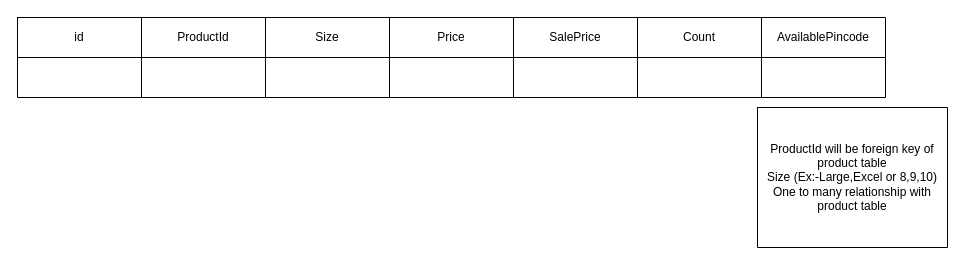
The draw.io diagram schema-design/product-size.drawio in pritammimo/node-with-drizzle, before the edit. Source tidied: cells renumbered, new cells numbered last; positions are measured from the earlier drawing's top-left corner, leaving out a move shared by most shapes. Both pictures are drawn from the tidied source at 100%, with x=0, y=0 at pixel (17, 17).
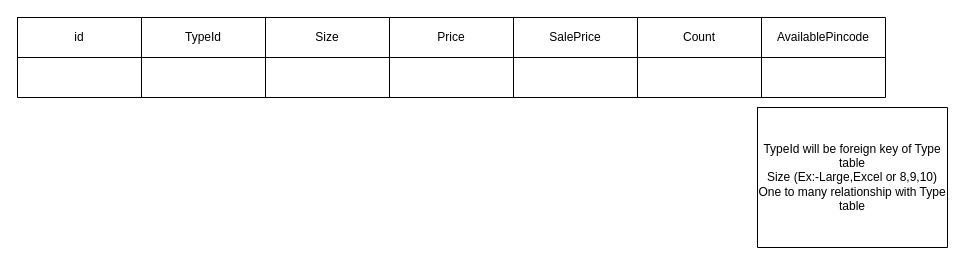
The same diagram, later.

The change refers to these unchanged cells:
```xml
<mxCell id="3" style="shape=tableRow;horizontal=0;startSize=0;swimlaneHead=0;swimlaneBody=0;top=0;left=0;bottom=0;right=0;fillColor=none;" parent="2" vertex="1">
  <mxGeometry width="868" height="40" as="geometry" />
</mxCell>
<mxCell id="20" style="shape=tableRow;horizontal=0;startSize=0;swimlaneHead=0;swimlaneBody=0;top=0;left=0;bottom=0;right=0;fillColor=none;" parent="19" vertex="1">
  <mxGeometry width="190" height="140" as="geometry" />
</mxCell>
```

Change to the diagram source:
```diff
@@
-    <mxCell id="5" value="ProductId" style="shape=partialRectangle;html=1;whiteSpace=wrap;overflow=hidden;fillColor=none;top=0;left=0;bottom=0;right=0;" parent="3" vertex="1">
+    <mxCell id="5" value="TypeId" style="shape=partialRectangle;html=1;whiteSpace=wrap;overflow=hidden;fillColor=none;top=0;left=0;bottom=0;right=0;" parent="3" vertex="1">
       <mxGeometry x="124" width="124" height="40" as="geometry" />
     </mxCell>
@@
-    <mxCell id="21" value="ProductId will be foreign key of product table&lt;br&gt;Size (Ex:-Large,Excel or 8,9,10)&lt;br&gt;One to many relationship with product table" style="shape=partialRectangle;html=1;whiteSpace=wrap;overflow=hidden;fillColor=none;top=0;left=0;bottom=0;right=0;" parent="20" vertex="1">
+    <mxCell id="21" value="TypeId will be foreign key of Type table&lt;br&gt;Size (Ex:-Large,Excel or 8,9,10)&lt;br&gt;One to many relationship with Type table" style="shape=partialRectangle;html=1;whiteSpace=wrap;overflow=hidden;fillColor=none;top=0;left=0;bottom=0;right=0;" parent="20" vertex="1">
       <mxGeometry width="190" height="140" as="geometry" />
     </mxCell>
```
